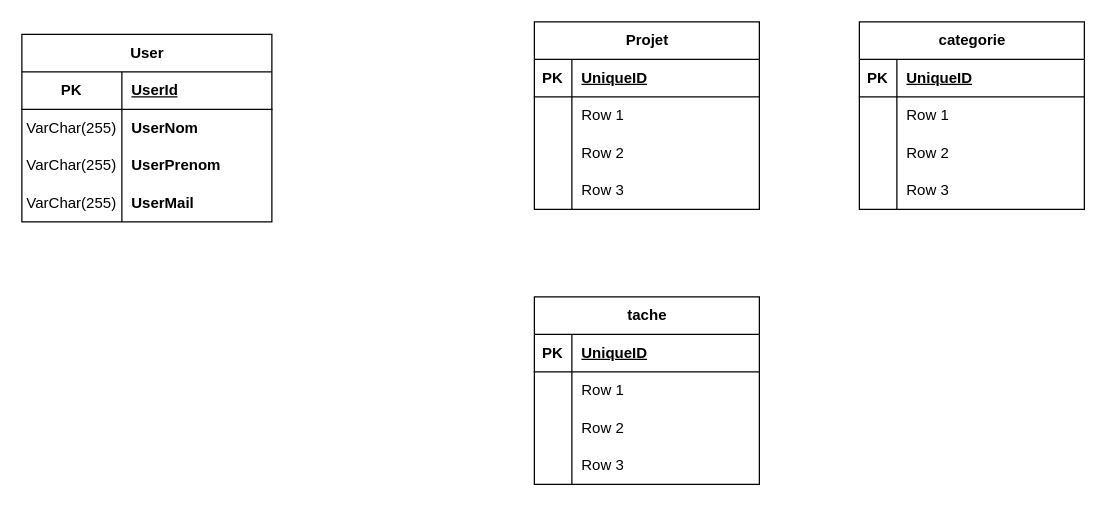
Earlier version of the draw.io diagram projets_fin_annee/site/UAA12/UAA12-25.drawio (Solune-Petit/2024-2025). Source tidied: cells renumbered, new cells numbered last; positions are measured from the earlier drawing's top-left corner, leaving out a move shared by most shapes. Both pictures are drawn from the tidied source at 125%, with x=0, y=0 at pixel (21, 21).
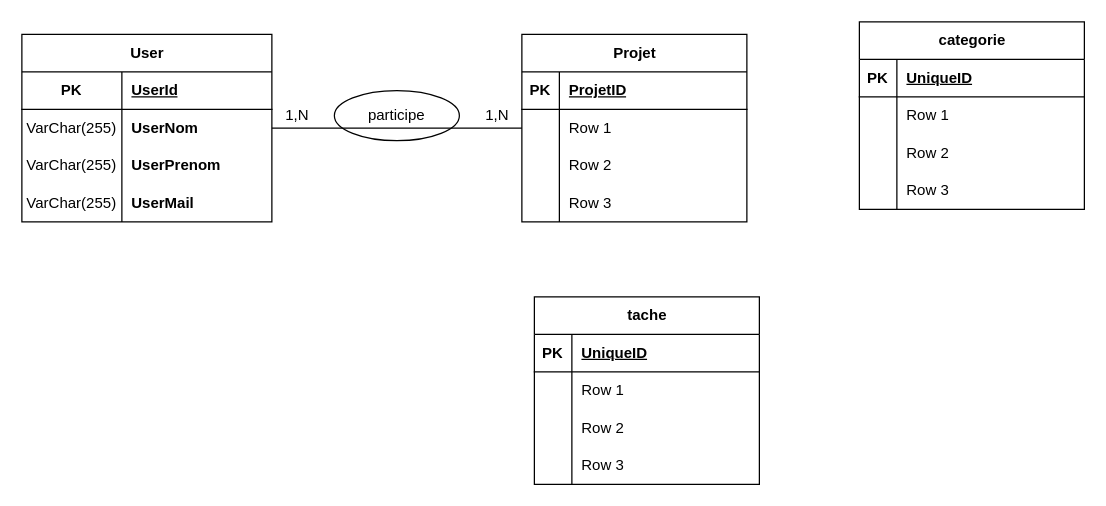
The same diagram, later.

Commit message (it also covers changes not shown here):
Mettre à jour UAA12-25.drawio

The change refers to these unchanged cells:
```xml
<mxCell id="2" value="User" style="shape=table;startSize=30;childLayout=tableLayout;rowLines=0;fontStyle=1;align=center;html=1;" parent="1" vertex="1">
  <mxGeometry y="10" width="200" height="150" as="geometry" />
</mxCell>
<mxCell id="16" style="shape=tableRow;horizontal=0;startSize=0;swimlaneHead=0;swimlaneBody=0;fillColor=none;top=0;left=0;right=0;bottom=1;" parent="15" vertex="1">
  <mxGeometry y="30" width="180" height="30" as="geometry" />
</mxCell>
```

Diff of the diagram source:
```diff
@@
     <mxCell id="15" value="Projet" style="shape=table;startSize=30;childLayout=tableLayout;rowLines=0;fontStyle=1;align=center;html=1;" parent="1" vertex="1">
-      <mxGeometry x="410" width="180" height="150" as="geometry" />
+      <mxGeometry x="400" y="10" width="180" height="150" as="geometry" />
     </mxCell>
@@
-    <mxCell id="18" value="UniqueID" style="shape=partialRectangle;fillColor=none;top=0;left=0;bottom=0;right=0;align=left;spacingLeft=6;fontStyle=5;overflow=hidden;whiteSpace=wrap;html=1;" parent="16" vertex="1">
+    <mxCell id="18" value="&lt;span style=&quot;text-align: center; text-wrap-mode: nowrap;&quot;&gt;ProjetID&lt;/span&gt;" style="shape=partialRectangle;fillColor=none;top=0;left=0;bottom=0;right=0;align=left;spacingLeft=6;fontStyle=5;overflow=hidden;whiteSpace=wrap;html=1;" parent="16" vertex="1">
       <mxGeometry x="30" width="150" height="30" as="geometry" />
     </mxCell>
@@
+    <mxCell id="54" value="participe" style="ellipse;whiteSpace=wrap;html=1;align=center;" parent="1" vertex="1">
+      <mxGeometry x="250" y="55" width="100" height="40" as="geometry" />
+    </mxCell>
+    <mxCell id="55" style="endArrow=none;html=1;rounded=0;" parent="1" edge="1" source="2" target="15">
+      <mxGeometry relative="1" as="geometry" />
+    </mxCell>
+    <mxCell id="56" value="1,N" style="text;html=1;align=center;verticalAlign=middle;strokeColor=none;fillColor=none;" parent="1" vertex="1">
+      <mxGeometry x="200" y="60" width="40" height="30" as="geometry" />
+    </mxCell>
+    <mxCell id="57" value="1,N" style="text;html=1;align=center;verticalAlign=middle;strokeColor=none;fillColor=none;" parent="1" vertex="1">
+      <mxGeometry x="360" y="60" width="40" height="30" as="geometry" />
+    </mxCell>
```
